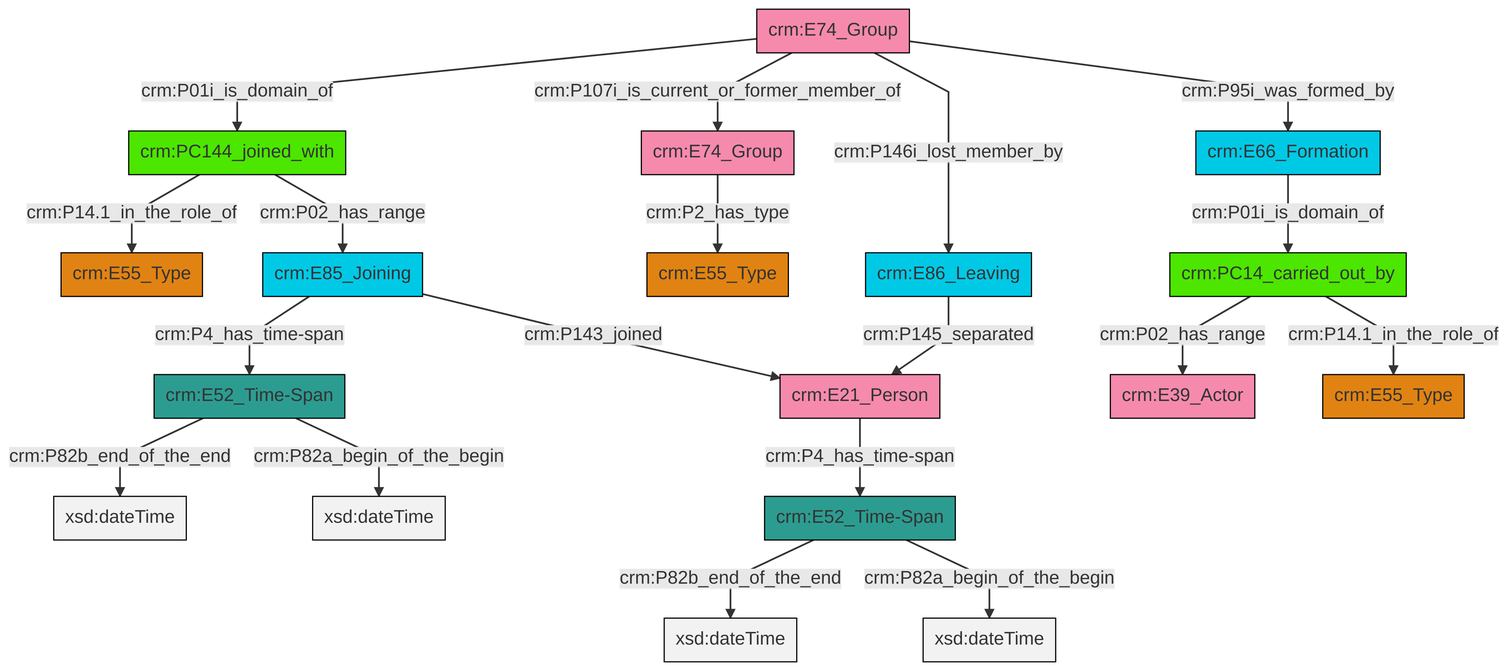
Before: et/groupCSV/ttl/mmd/png/group_actor_relations.png, a diagram exported from Mermaid (swiss-art-research-net/reference-data-models). Its source is kept beside it as et/groupCSV/ttl/mmd/group_actor_relations.ttl.mmd.
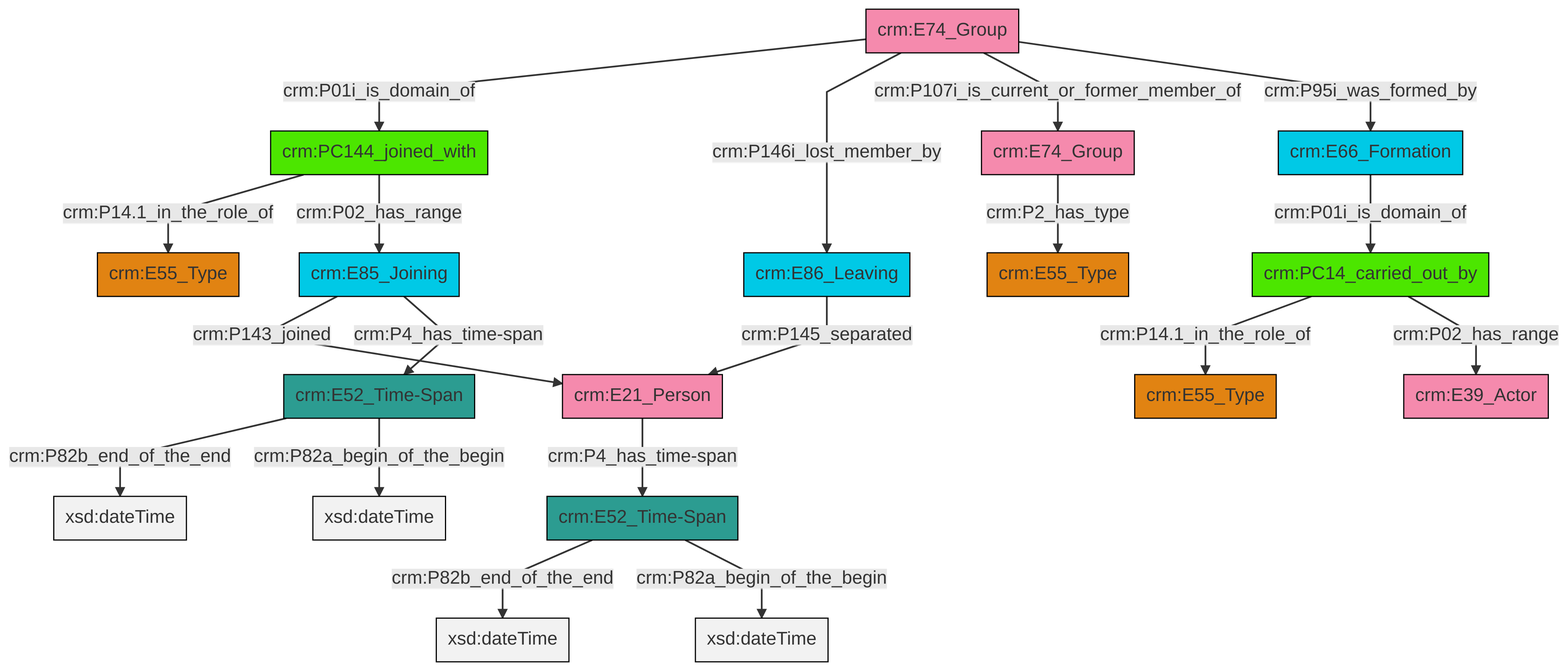
Above is the later version.

What changed in the source:
```diff
@@ -13,21 +13,21 @@
 classDef PC_Classes fill:#4ce600, stroke:#000000;
 classDef Multi fill:#cccccc,stroke:#000000;
 
-2["crm:E21_Person"]:::Actor -->|crm:P4_has_time-span| 4["crm:E52_Time-Span"]:::Time-Span
-5["crm:E74_Group"]:::Actor -->|crm:P01i_is_domain_of| 6["crm:PC144_joined_with"]:::PC_Classes
-9["crm:E85_Joining"]:::Temporal_Entity -->|crm:P4_has_time-span| 10["crm:E52_Time-Span"]:::Time-Span
-11["crm:PC14_carried_out_by"]:::PC_Classes -->|crm:P02_has_range| 12["crm:E39_Actor"]:::Actor
-10["crm:E52_Time-Span"]:::Time-Span -->|crm:P82b_end_of_the_end| 15[xsd:dateTime]:::Literal
-9["crm:E85_Joining"]:::Temporal_Entity -->|crm:P143_joined| 2["crm:E21_Person"]:::Actor
-18["crm:E74_Group"]:::Actor -->|crm:P2_has_type| 7["crm:E55_Type"]:::Type
-5["crm:E74_Group"]:::Actor -->|crm:P107i_is_current_or_former_member_of| 18["crm:E74_Group"]:::Actor
-6["crm:PC144_joined_with"]:::PC_Classes -->|crm:P14.1_in_the_role_of| 21["crm:E55_Type"]:::Type
-10["crm:E52_Time-Span"]:::Time-Span -->|crm:P82a_begin_of_the_begin| 26[xsd:dateTime]:::Literal
-5["crm:E74_Group"]:::Actor -->|crm:P146i_lost_member_by| 16["crm:E86_Leaving"]:::Temporal_Entity
-4["crm:E52_Time-Span"]:::Time-Span -->|crm:P82b_end_of_the_end| 29[xsd:dateTime]:::Literal
-11["crm:PC14_carried_out_by"]:::PC_Classes -->|crm:P14.1_in_the_role_of| 0["crm:E55_Type"]:::Type
-13["crm:E66_Formation"]:::Temporal_Entity -->|crm:P01i_is_domain_of| 11["crm:PC14_carried_out_by"]:::PC_Classes
-6["crm:PC144_joined_with"]:::PC_Classes -->|crm:P02_has_range| 9["crm:E85_Joining"]:::Temporal_Entity
-5["crm:E74_Group"]:::Actor -->|crm:P95i_was_formed_by| 13["crm:E66_Formation"]:::Temporal_Entity
-16["crm:E86_Leaving"]:::Temporal_Entity -->|crm:P145_separated| 2["crm:E21_Person"]:::Actor
-4["crm:E52_Time-Span"]:::Time-Span -->|crm:P82a_begin_of_the_begin| 33[xsd:dateTime]:::Literal
+0["crm:E52_Time-Span"]:::Time-Span -->|crm:P82b_end_of_the_end| 1[xsd:dateTime]:::Literal
+2["crm:E74_Group"]:::Actor -->|crm:P2_has_type| 3["crm:E55_Type"]:::Type
+4["crm:E52_Time-Span"]:::Time-Span -->|crm:P82b_end_of_the_end| 5[xsd:dateTime]:::Literal
+6["crm:E21_Person"]:::Actor -->|crm:P4_has_time-span| 4["crm:E52_Time-Span"]:::Time-Span
+7["crm:E85_Joining"]:::Temporal_Entity -->|crm:P143_joined| 6["crm:E21_Person"]:::Actor
+8["crm:E86_Leaving"]:::Temporal_Entity -->|crm:P145_separated| 6["crm:E21_Person"]:::Actor
+7["crm:E85_Joining"]:::Temporal_Entity -->|crm:P4_has_time-span| 0["crm:E52_Time-Span"]:::Time-Span
+0["crm:E52_Time-Span"]:::Time-Span -->|crm:P82a_begin_of_the_begin| 12[xsd:dateTime]:::Literal
+16["crm:E74_Group"]:::Actor -->|crm:P01i_is_domain_of| 17["crm:PC144_joined_with"]:::PC_Classes
+20["crm:PC14_carried_out_by"]:::PC_Classes -->|crm:P14.1_in_the_role_of| 13["crm:E55_Type"]:::Type
+16["crm:E74_Group"]:::Actor -->|crm:P146i_lost_member_by| 8["crm:E86_Leaving"]:::Temporal_Entity
+21["crm:E66_Formation"]:::Temporal_Entity -->|crm:P01i_is_domain_of| 20["crm:PC14_carried_out_by"]:::PC_Classes
+4["crm:E52_Time-Span"]:::Time-Span -->|crm:P82a_begin_of_the_begin| 23[xsd:dateTime]:::Literal
+17["crm:PC144_joined_with"]:::PC_Classes -->|crm:P14.1_in_the_role_of| 18["crm:E55_Type"]:::Type
+16["crm:E74_Group"]:::Actor -->|crm:P107i_is_current_or_former_member_of| 2["crm:E74_Group"]:::Actor
+17["crm:PC144_joined_with"]:::PC_Classes -->|crm:P02_has_range| 7["crm:E85_Joining"]:::Temporal_Entity
+16["crm:E74_Group"]:::Actor -->|crm:P95i_was_formed_by| 21["crm:E66_Formation"]:::Temporal_Entity
+20["crm:PC14_carried_out_by"]:::PC_Classes -->|crm:P02_has_range| 33["crm:E39_Actor"]:::Actor
```
